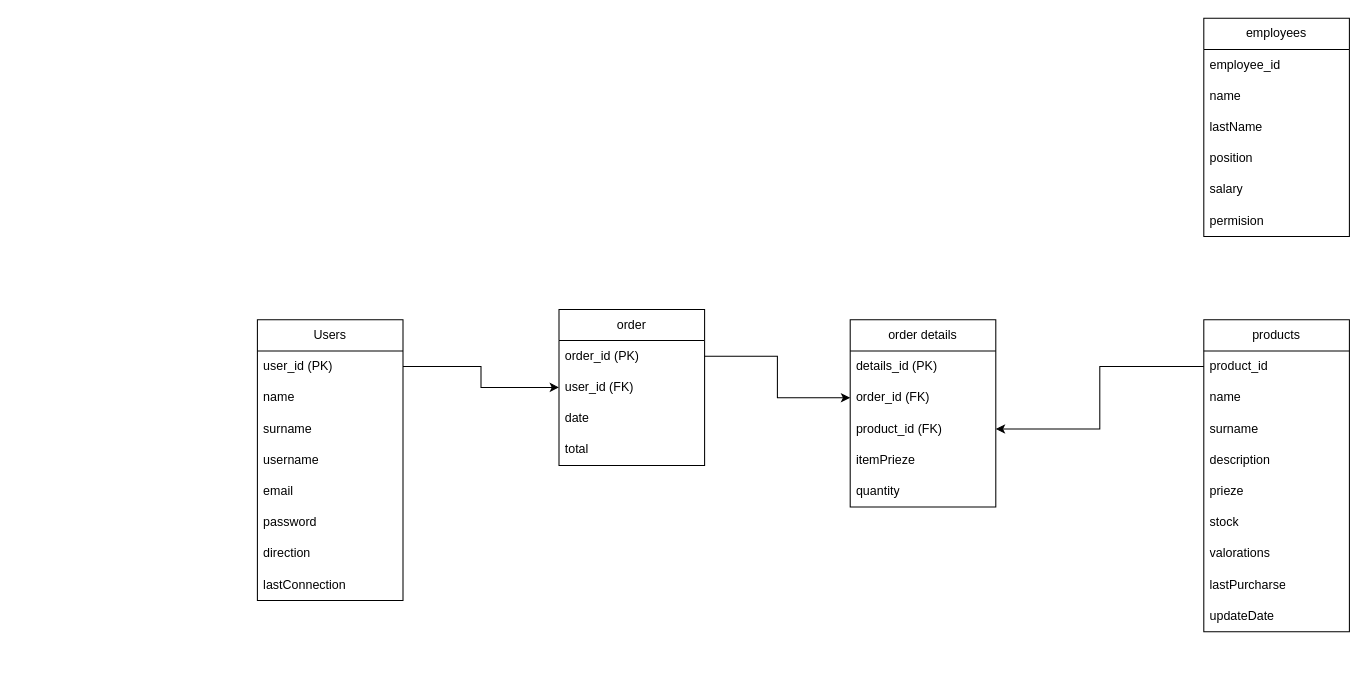
Earlier version of the draw.io diagram page "Página-2" (2 of 2) of modelo_DDBB.drawio (Rakions/proyecto-final). Source tidied: cells renumbered, new cells numbered last; positions are measured from the earlier drawing's top-left corner, leaving out a move shared by most shapes. Both pictures are drawn from the tidied source at 104%, with x=0, y=0 at pixel (257, 18).
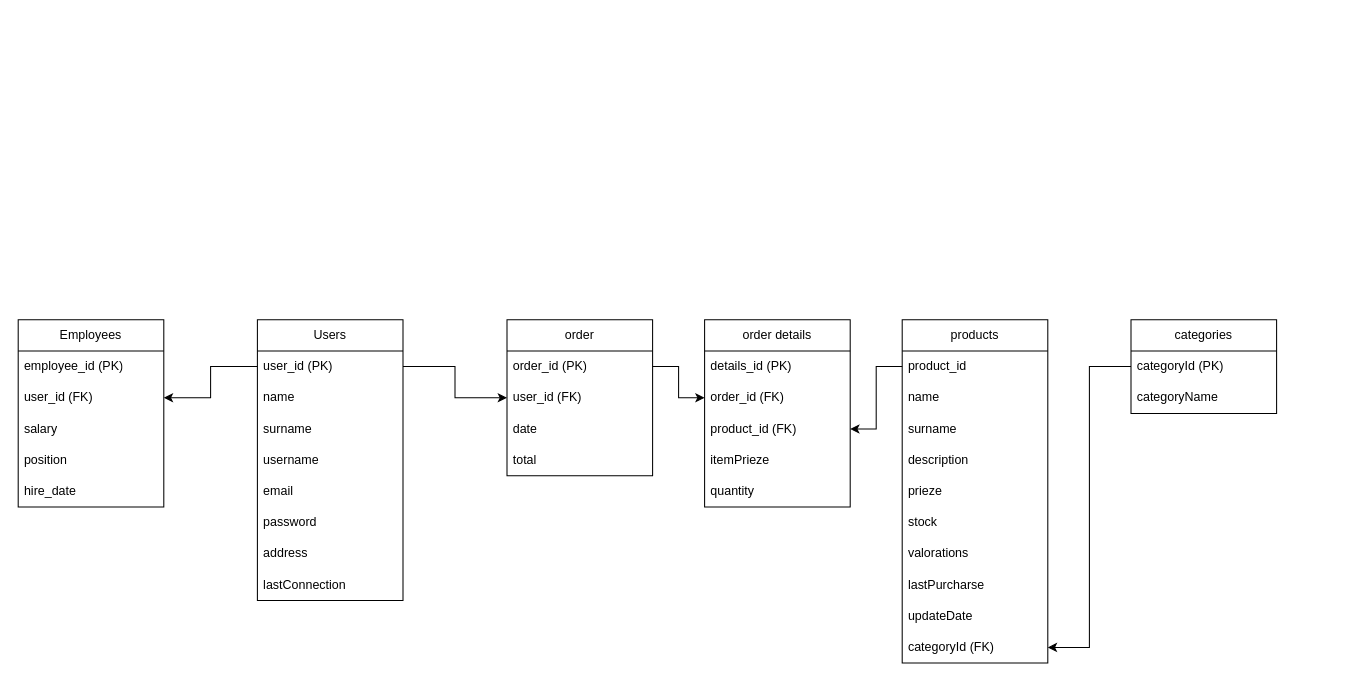
The same diagram, later.

Unchanged cells that the change refers to:
```xml
<mxCell id="2" value="Users" style="swimlane;fontStyle=0;horizontal=1;startSize=30;whiteSpace=wrap;html=1;" parent="1" vertex="1">
  <mxGeometry y="290" width="140" height="270" as="geometry" />
</mxCell>
<mxCell id="3" value="user_id (PK)" style="text;strokeColor=none;fillColor=none;align=left;verticalAlign=middle;spacingLeft=4;spacingRight=4;overflow=hidden;points=[[0,0.5],[1,0.5]];portConstraint=eastwest;whiteSpace=wrap;html=1;" parent="2" vertex="1">
  <mxGeometry y="30" width="140" height="30" as="geometry" />
</mxCell>
```

Diff of the diagram source:
```diff
@@
-    <mxCell id="9" value="direction" style="text;strokeColor=none;fillColor=none;align=left;verticalAlign=middle;spacingLeft=4;spacingRight=4;overflow=hidden;whiteSpace=wrap;html=1;" parent="2" vertex="1">
+    <mxCell id="9" value="address" style="text;strokeColor=none;fillColor=none;align=left;verticalAlign=middle;spacingLeft=4;spacingRight=4;overflow=hidden;whiteSpace=wrap;html=1;" parent="2" vertex="1">
       <mxGeometry y="210" width="140" height="30" as="geometry" />
     </mxCell>
@@
     <mxCell id="11" value="products" style="swimlane;fontStyle=0;horizontal=1;startSize=30;whiteSpace=wrap;html=1;" parent="1" vertex="1">
-      <mxGeometry x="910" y="290" width="140" height="300" as="geometry" />
+      <mxGeometry x="620" y="290" width="140" height="330" as="geometry" />
     </mxCell>
@@
+    <mxCell id="42" value="categoryId (FK)" style="text;strokeColor=none;fillColor=none;align=left;verticalAlign=middle;spacingLeft=4;spacingRight=4;overflow=hidden;points=[[0,0.5],[1,0.5]];portConstraint=eastwest;whiteSpace=wrap;html=1;" parent="11" vertex="1">
+      <mxGeometry y="300" width="140" height="30" as="geometry" />
+    </mxCell>
     <mxCell id="21" value="order" style="swimlane;fontStyle=0;horizontal=1;startSize=30;whiteSpace=wrap;html=1;" parent="1" vertex="1">
-      <mxGeometry x="290" y="280" width="140" height="150" as="geometry" />
+      <mxGeometry x="240" y="290" width="140" height="150" as="geometry" />
     </mxCell>
@@
     <mxCell id="26" value="order details" style="swimlane;fontStyle=0;horizontal=1;startSize=30;whiteSpace=wrap;html=1;" parent="1" vertex="1">
-      <mxGeometry x="570" y="290" width="140" height="180" as="geometry" />
+      <mxGeometry x="430" y="290" width="140" height="180" as="geometry" />
     </mxCell>
@@
-    <mxCell id="35" value="employees" style="swimlane;fontStyle=0;horizontal=1;startSize=30;whiteSpace=wrap;html=1;" parent="1" vertex="1">
-      <mxGeometry x="910" width="140" height="210" as="geometry" />
-    </mxCell>
-    <mxCell id="36" value="employee_id" style="text;strokeColor=none;fillColor=none;align=left;verticalAlign=middle;spacingLeft=4;spacingRight=4;overflow=hidden;whiteSpace=wrap;html=1;" parent="35" vertex="1">
-      <mxGeometry y="30" width="140" height="30" as="geometry" />
-    </mxCell>
-    <mxCell id="37" value="name" style="text;strokeColor=none;fillColor=none;align=left;verticalAlign=middle;spacingLeft=4;spacingRight=4;overflow=hidden;whiteSpace=wrap;html=1;" parent="35" vertex="1">
-      <mxGeometry y="60" width="140" height="30" as="geometry" />
-    </mxCell>
-    <mxCell id="38" value="lastName" style="text;strokeColor=none;fillColor=none;align=left;verticalAlign=middle;spacingLeft=4;spacingRight=4;overflow=hidden;whiteSpace=wrap;html=1;" parent="35" vertex="1">
-      <mxGeometry y="90" width="140" height="30" as="geometry" />
-    </mxCell>
+    <mxCell id="43" value="categories" style="swimlane;fontStyle=0;horizontal=1;startSize=30;whiteSpace=wrap;html=1;" parent="1" vertex="1">
+      <mxGeometry x="840" y="290" width="140" height="90" as="geometry" />
+    </mxCell>
+    <mxCell id="44" value="categoryId (PK)" style="text;strokeColor=none;fillColor=none;align=left;verticalAlign=middle;spacingLeft=4;spacingRight=4;overflow=hidden;points=[[0,0.5],[1,0.5]];portConstraint=eastwest;whiteSpace=wrap;html=1;" parent="43" vertex="1">
+      <mxGeometry y="30" width="140" height="30" as="geometry" />
+    </mxCell>
+    <mxCell id="45" value="categoryName" style="text;strokeColor=none;fillColor=none;align=left;verticalAlign=middle;spacingLeft=4;spacingRight=4;overflow=hidden;whiteSpace=wrap;html=1;" parent="43" vertex="1">
+      <mxGeometry y="60" width="140" height="30" as="geometry" />
+    </mxCell>
+    <mxCell id="46" style="edgeStyle=orthogonalEdgeStyle;rounded=0;jettySize=auto;html=1;exitX=0;exitY=0.5;exitDx=0;exitDy=0;entryX=1;entryY=0.5;entryDx=0;entryDy=0;" parent="1" edge="1" source="44" target="42">
+      <mxGeometry relative="1" as="geometry" />
+    </mxCell>
+    <mxCell id="47" value="Employees" style="swimlane;fontStyle=0;horizontal=1;startSize=30;whiteSpace=wrap;html=1;" parent="1" vertex="1">
+      <mxGeometry x="-230" y="290" width="140" height="180" as="geometry" />
+    </mxCell>
+    <mxCell id="48" value="employee_id (PK)" style="text;strokeColor=none;fillColor=none;align=left;verticalAlign=middle;spacingLeft=4;spacingRight=4;overflow=hidden;whiteSpace=wrap;html=1;" parent="47" vertex="1">
+      <mxGeometry y="30" width="140" height="30" as="geometry" />
+    </mxCell>
+    <mxCell id="49" value="user_id (FK)" style="text;strokeColor=none;fillColor=none;align=left;verticalAlign=middle;spacingLeft=4;spacingRight=4;overflow=hidden;points=[[0,0.5],[1,0.5]];portConstraint=eastwest;whiteSpace=wrap;html=1;" parent="47" vertex="1">
+      <mxGeometry y="60" width="140" height="30" as="geometry" />
+    </mxCell>
+    <mxCell id="40" value="salary" style="text;strokeColor=none;fillColor=none;align=left;verticalAlign=middle;spacingLeft=4;spacingRight=4;overflow=hidden;whiteSpace=wrap;html=1;" parent="47" vertex="1">
+      <mxGeometry y="90" width="140" height="30" as="geometry" />
+    </mxCell>
-    <mxCell id="39" value="position" style="text;strokeColor=none;fillColor=none;align=left;verticalAlign=middle;spacingLeft=4;spacingRight=4;overflow=hidden;whiteSpace=wrap;html=1;" parent="35" vertex="1">
+    <mxCell id="39" value="position" style="text;strokeColor=none;fillColor=none;align=left;verticalAlign=middle;spacingLeft=4;spacingRight=4;overflow=hidden;whiteSpace=wrap;html=1;" parent="47" vertex="1">
       <mxGeometry y="120" width="140" height="30" as="geometry" />
     </mxCell>
-    <mxCell id="40" value="salary" style="text;strokeColor=none;fillColor=none;align=left;verticalAlign=middle;spacingLeft=4;spacingRight=4;overflow=hidden;whiteSpace=wrap;html=1;" parent="35" vertex="1">
-      <mxGeometry y="150" width="140" height="30" as="geometry" />
-    </mxCell>
-    <mxCell id="41" value="permision" style="text;strokeColor=none;fillColor=none;align=left;verticalAlign=middle;spacingLeft=4;spacingRight=4;overflow=hidden;whiteSpace=wrap;html=1;" parent="35" vertex="1">
-      <mxGeometry y="180" width="140" height="30" as="geometry" />
-    </mxCell>
+    <mxCell id="50" value="hire_date" style="text;strokeColor=none;fillColor=none;align=left;verticalAlign=middle;spacingLeft=4;spacingRight=4;overflow=hidden;whiteSpace=wrap;html=1;" parent="47" vertex="1">
+      <mxGeometry y="150" width="140" height="30" as="geometry" />
+    </mxCell>
+    <mxCell id="51" style="edgeStyle=orthogonalEdgeStyle;rounded=0;jettySize=auto;html=1;exitX=0;exitY=0.5;exitDx=0;exitDy=0;entryX=1;entryY=0.5;entryDx=0;entryDy=0;" parent="1" edge="1" source="3" target="49">
+      <mxGeometry relative="1" as="geometry" />
+    </mxCell>
```
